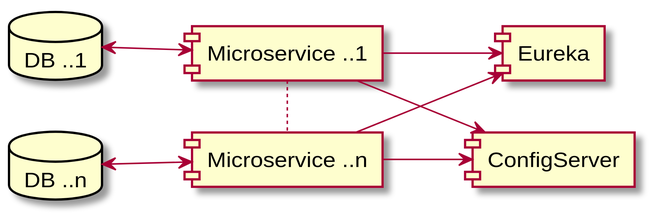
Earlier version of the PlantUML export img/ms-java.svg (angoa/JavaMS).
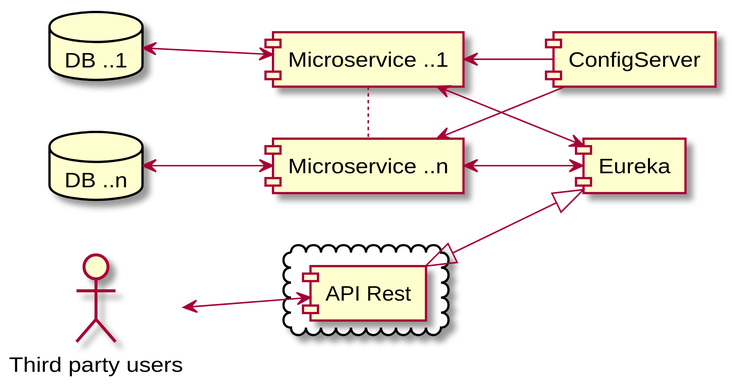
After the commit.

The edit, as a diff of the source:
```diff
@@ -4,13 +4,22 @@
 skinparam backgroundColor transparent
 skinparam dpi 300
 
+actor "Third party users" as U
+cloud {
+component "API Rest" as I
+}
 database "DB ..1" as db1
 database "DB ..n" as dbn
+
 db1 <--> [Microservice ..1]
 [Microservice ..1] . [Microservice ..n]
-[Eureka] <-- [Microservice ..1]
-[Microservice ..n] --> [Eureka]
-[ConfigServer] <-- [Microservice ..1]
-[Microservice ..n] --> [ConfigServer]
+[Eureka] <--> [Microservice ..1]
+[Microservice ..n] <--> [Eureka]
+[ConfigServer] --> [Microservice ..1]
+[Microservice ..n] <-- [ConfigServer]
 dbn <--> [Microservice ..n]
+
+
+I <|--|> [Eureka]
+U <-->  I
 @enduml
```
